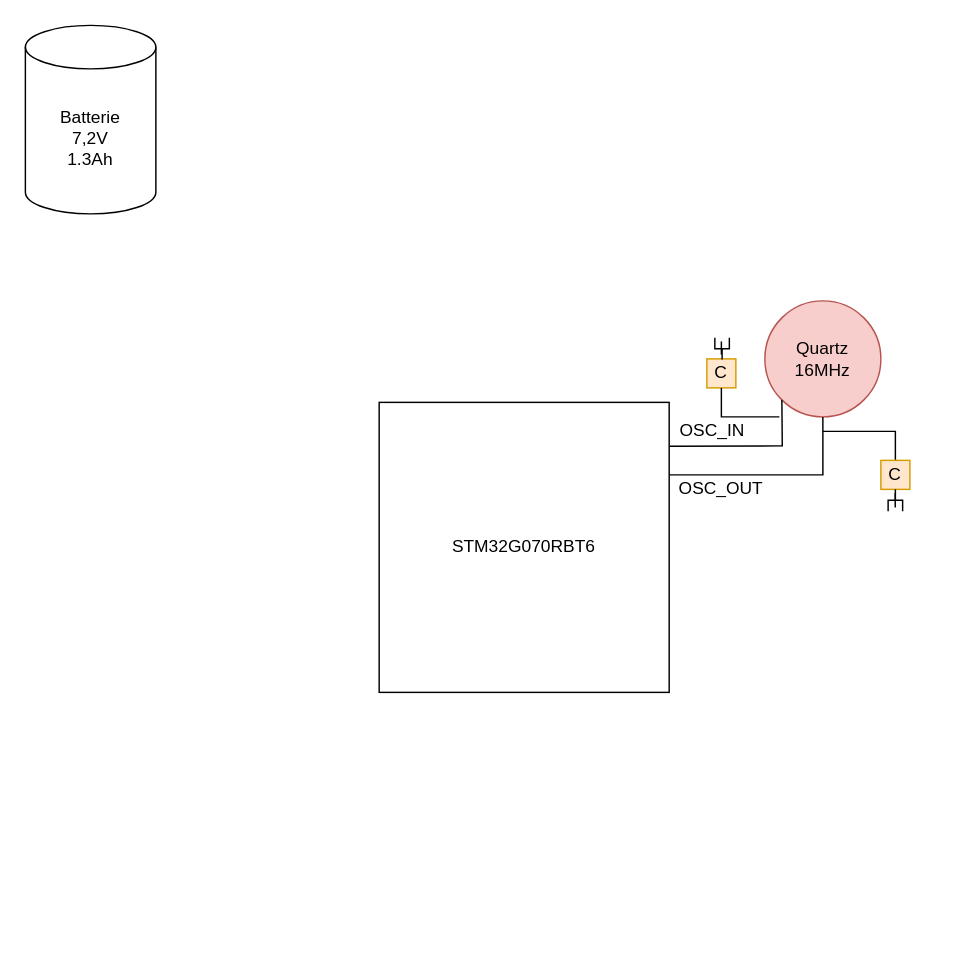
Before: Diagramme sans nom.drawio in Artpel1805/Beerator, a draw.io diagram. Source tidied: cells renumbered, new cells numbered last; positions are measured from the earlier drawing's top-left corner, leaving out a move shared by most shapes. Both pictures are drawn from the tidied source at 145%, with x=0, y=0 at pixel (25, 25).
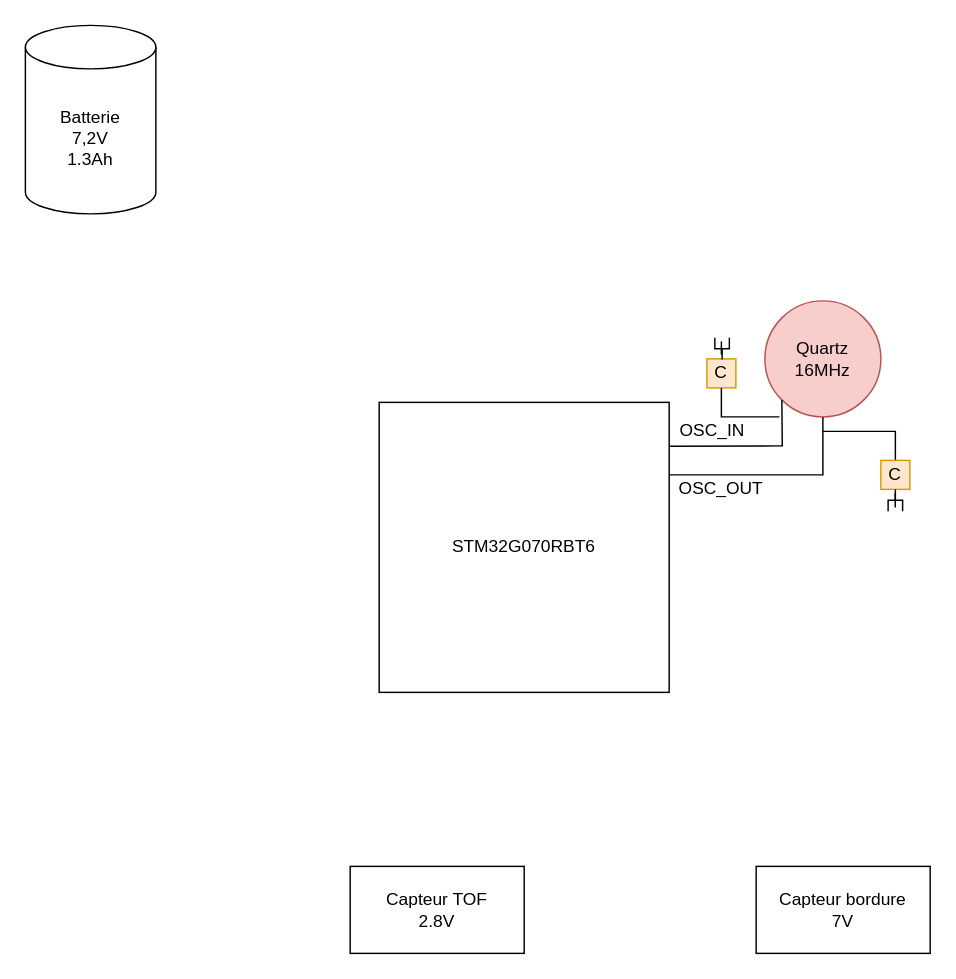
The same diagram, later.

Commit message:
Mettre à jour Diagramme sans nom.drawio

Diff of the diagram source:
```diff
@@
+    <mxCell id="19" value="Capteur bordure&lt;br&gt;7V" style="whiteSpace=wrap;html=1;align=center;newEdgeStyle={&quot;edgeStyle&quot;:&quot;elbowEdgeStyle&quot;,&quot;startArrow&quot;:&quot;none&quot;,&quot;endArrow&quot;:&quot;none&quot;};" parent="1" vertex="1">
+      <mxGeometry x="504" y="580" width="120" height="60" as="geometry" />
+    </mxCell>
+    <mxCell id="20" value="Capteur TOF&lt;br&gt;2.8V" style="whiteSpace=wrap;html=1;align=center;newEdgeStyle={&quot;edgeStyle&quot;:&quot;elbowEdgeStyle&quot;,&quot;startArrow&quot;:&quot;none&quot;,&quot;endArrow&quot;:&quot;none&quot;};" parent="1" vertex="1">
+      <mxGeometry x="224" y="580" width="120" height="60" as="geometry" />
+    </mxCell>
```
